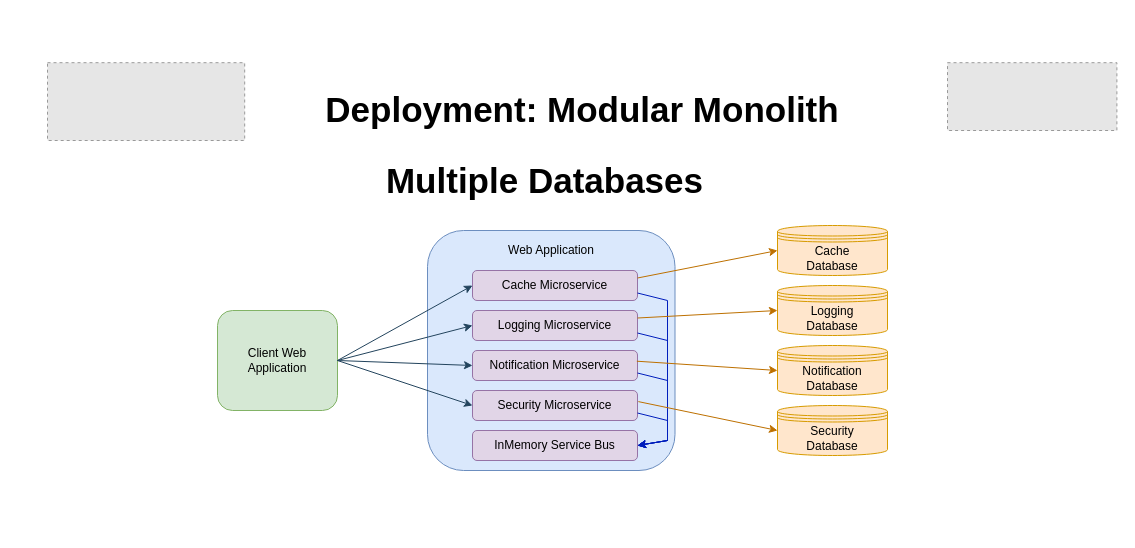
Earlier version of the draw.io diagram page "ModularMonolithMultiple" (2 of 5) of Examples.drawio (holomodular/ServiceBricks-Examples). Source tidied: cells renumbered, new cells numbered last; positions are measured from the earlier drawing's top-left corner, leaving out a move shared by most shapes. Both pictures are drawn from the tidied source at 100%, with x=0, y=0 at pixel (47, 62). Pictures stored in the file or linked from it are replaced by grey dashed boxes.
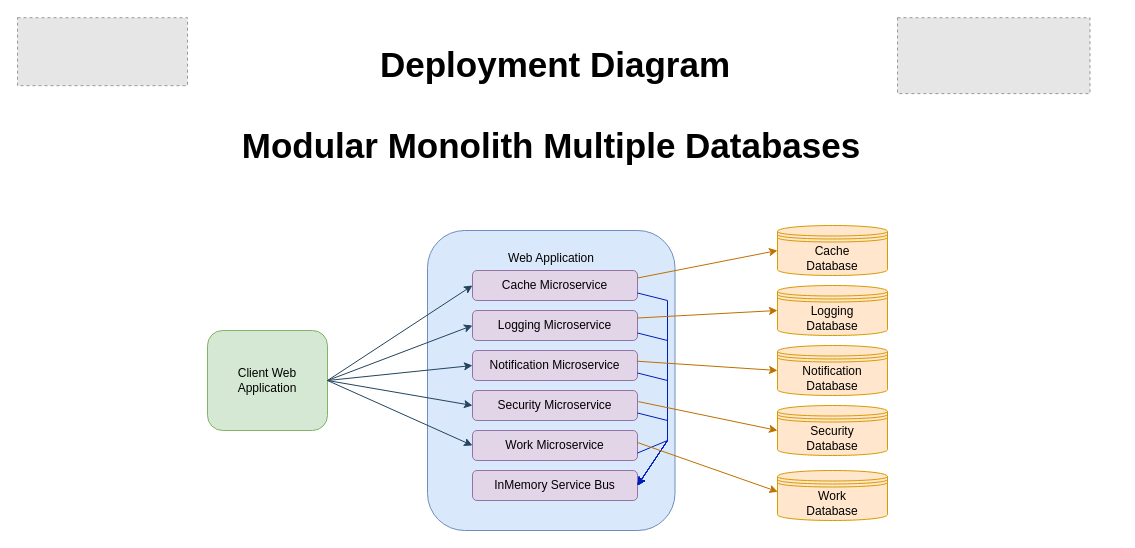
The same diagram, later.

Diff of the diagram source:
```diff
@@
-    <mxCell id="2" style="fillColor=#E6E6E6;strokeColor=#999999;dashed=1;verticalLabelPosition=bottom;labelBackgroundColor=default;verticalAlign=top;" parent="1" vertex="1">
-      <mxGeometry x="900" y="0.2" width="169.4" height="67.8" as="geometry" />
-    </mxCell>
-    <mxCell id="3" style="fillColor=#E6E6E6;strokeColor=#999999;dashed=1;verticalLabelPosition=bottom;labelBackgroundColor=default;verticalAlign=top;" parent="1" vertex="1">
-      <mxGeometry y="0.2" width="197.2" height="77.8" as="geometry" />
-    </mxCell>
-    <mxCell id="4" value="Deployment:&amp;nbsp;&lt;span style=&quot;background-color: initial;&quot;&gt;Modular Monolith&lt;/span&gt;" style="text;html=1;align=center;verticalAlign=middle;whiteSpace=wrap;rounded=0;fontStyle=1;fontSize=35;" parent="1" vertex="1">
-      <mxGeometry x="250" y="0.2" width="570" height="93.9" as="geometry" />
+    <mxCell id="4" value="Deployment Diagram" style="text;html=1;align=center;verticalAlign=middle;whiteSpace=wrap;rounded=0;fontStyle=1;fontSize=35;" parent="1" vertex="1">
+      <mxGeometry x="222.5" y="-44.8" width="570" height="93.9" as="geometry" />
     </mxCell>
-    <mxCell id="5" value="Multiple Databases" style="text;html=1;align=center;verticalAlign=middle;whiteSpace=wrap;rounded=0;fontStyle=1;fontSize=35;" parent="1" vertex="1">
-      <mxGeometry x="230" y="98" width="535" height="40" as="geometry" />
+    <mxCell id="5" value="Modular Monolith Multiple Databases" style="text;html=1;align=center;verticalAlign=middle;whiteSpace=wrap;rounded=0;fontStyle=1;fontSize=35;" parent="1" vertex="1">
+      <mxGeometry x="148.8" y="63" width="710" height="40" as="geometry" />
     </mxCell>
@@
     <mxCell id="10" value="Client Web Application" style="rounded=1;whiteSpace=wrap;html=1;fillColor=#d5e8d4;strokeColor=#82b366;" parent="1" vertex="1">
-      <mxGeometry x="170" y="248" width="120" height="100" as="geometry" />
+      <mxGeometry x="160" y="268" width="120" height="100" as="geometry" />
     </mxCell>
-    <mxCell id="11" value="Web Application&lt;div&gt;&lt;br&gt;&lt;/div&gt;&lt;div&gt;&lt;br&gt;&lt;/div&gt;&lt;div&gt;&lt;br&gt;&lt;/div&gt;&lt;div&gt;&lt;br&gt;&lt;/div&gt;&lt;div&gt;&lt;br&gt;&lt;/div&gt;&lt;div&gt;&lt;br&gt;&lt;/div&gt;&lt;div&gt;&lt;br&gt;&lt;/div&gt;&lt;div&gt;&lt;br&gt;&lt;/div&gt;&lt;div&gt;&lt;br&gt;&lt;/div&gt;&lt;div&gt;&lt;br&gt;&lt;/div&gt;&lt;div&gt;&lt;br&gt;&lt;/div&gt;&lt;div&gt;&lt;br&gt;&lt;/div&gt;&lt;div&gt;&lt;br&gt;&lt;/div&gt;&lt;div&gt;&lt;br&gt;&lt;/div&gt;" style="rounded=1;whiteSpace=wrap;html=1;fillColor=#dae8fc;strokeColor=#6c8ebf;" parent="1" vertex="1">
-      <mxGeometry x="380" y="168" width="247.5" height="240" as="geometry" />
+    <mxCell id="11" value="Web Application&lt;div&gt;&lt;br&gt;&lt;/div&gt;&lt;div&gt;&lt;br&gt;&lt;/div&gt;&lt;div&gt;&lt;br&gt;&lt;/div&gt;&lt;div&gt;&lt;br&gt;&lt;/div&gt;&lt;div&gt;&lt;br&gt;&lt;/div&gt;&lt;div&gt;&lt;br&gt;&lt;/div&gt;&lt;div&gt;&lt;br&gt;&lt;/div&gt;&lt;div&gt;&lt;br&gt;&lt;/div&gt;&lt;div&gt;&lt;br&gt;&lt;/div&gt;&lt;div&gt;&lt;br&gt;&lt;/div&gt;&lt;div&gt;&lt;br&gt;&lt;/div&gt;&lt;div&gt;&lt;br&gt;&lt;/div&gt;&lt;div&gt;&lt;br&gt;&lt;/div&gt;&lt;div&gt;&lt;br&gt;&lt;/div&gt;&lt;div&gt;&lt;br&gt;&lt;/div&gt;&lt;div&gt;&lt;br&gt;&lt;/div&gt;&lt;div&gt;&lt;br&gt;&lt;/div&gt;" style="rounded=1;whiteSpace=wrap;html=1;fillColor=#dae8fc;strokeColor=#6c8ebf;" parent="1" vertex="1">
+      <mxGeometry x="380" y="168" width="247.5" height="300" as="geometry" />
     </mxCell>
@@
     <mxCell id="17" value="InMemory Service Bus" style="rounded=1;whiteSpace=wrap;html=1;fillColor=#e1d5e7;strokeColor=#9673a6;" parent="1" vertex="1">
-      <mxGeometry x="425" y="368" width="165" height="30" as="geometry" />
+      <mxGeometry x="425" y="408" width="165" height="30" as="geometry" />
     </mxCell>
@@
+    <mxCell id="29" style="fillColor=#E6E6E6;strokeColor=#999999;dashed=1;verticalLabelPosition=bottom;labelBackgroundColor=default;verticalAlign=top;" parent="1" vertex="1">
+      <mxGeometry x="850" y="-44.8" width="192.5" height="75.9" as="geometry" />
+    </mxCell>
+    <mxCell id="30" style="fillColor=#E6E6E6;strokeColor=#999999;dashed=1;verticalLabelPosition=bottom;labelBackgroundColor=default;verticalAlign=top;" parent="1" vertex="1">
+      <mxGeometry x="-30" y="-44.8" width="170" height="68" as="geometry" />
+    </mxCell>
+    <mxCell id="31" value="Work Microservice" style="rounded=1;whiteSpace=wrap;html=1;fillColor=#e1d5e7;strokeColor=#9673a6;" parent="1" vertex="1">
+      <mxGeometry x="425" y="368" width="165" height="30" as="geometry" />
+    </mxCell>
+    <mxCell id="32" style="endArrow=classic;html=1;rounded=0;entryX=1;entryY=0.5;entryDx=0;entryDy=0;fillColor=#0050ef;strokeColor=#001DBC;exitX=1;exitY=0.75;exitDx=0;exitDy=0;" parent="1" edge="1" source="31" target="17">
+      <mxGeometry relative="1" as="geometry">
+        <Array as="points">
+          <mxPoint x="620" y="378" />
+        </Array>
+      </mxGeometry>
+    </mxCell>
+    <mxCell id="33" style="endArrow=classic;html=1;rounded=0;exitX=0.997;exitY=0.395;exitDx=0;exitDy=0;fillColor=#f0a30a;strokeColor=#BD7000;exitPerimeter=0;entryX=0.003;entryY=0.425;entryDx=0;entryDy=0;entryPerimeter=0;" parent="1" edge="1" source="31" target="34">
+      <mxGeometry relative="1" as="geometry" />
+    </mxCell>
+    <mxCell id="34" value="&lt;div&gt;Work&lt;/div&gt;Database" style="shape=datastore;whiteSpace=wrap;html=1;fillColor=#ffe6cc;strokeColor=#d79b00;" parent="1" vertex="1">
+      <mxGeometry x="730" y="408" width="110" height="50" as="geometry" />
+    </mxCell>
+    <mxCell id="35" style="endArrow=classic;html=1;rounded=0;exitX=1;exitY=0.5;exitDx=0;exitDy=0;entryX=0;entryY=0.5;entryDx=0;entryDy=0;fillColor=#bac8d3;strokeColor=#23445d;" parent="1" edge="1" source="10" target="31">
+      <mxGeometry relative="1" as="geometry" />
+    </mxCell>
```
